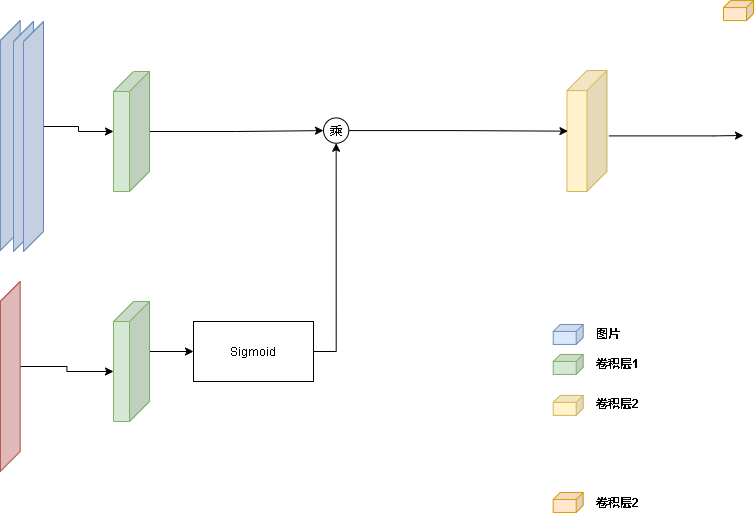
Above: roi2.png in dkhonker/bigcreat-Architecture-Diagrams (draw.io), before the change. Source tidied: cells renumbered, new cells last; positions are measured from the earlier drawing's top-left corner, leaving out a move shared by most shapes.
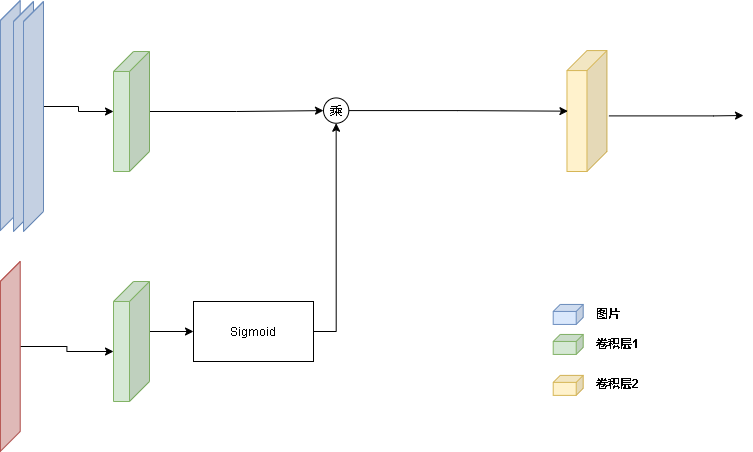
The same diagram one commit later.

Diff of the diagram source:
```diff
@@ -17,18 +17,12 @@
     <mxCell id="6" style="shape=cube;whiteSpace=wrap;html=1;boundedLbl=1;backgroundOutline=1;darkOpacity=0.05;darkOpacity2=0.1;size=7;direction=east;flipH=1;fillColor=#d5e8d4;strokeColor=#82b366;" parent="1" vertex="1">
       <mxGeometry x="552.7" y="353.9" width="30" height="20" as="geometry" />
     </mxCell>
-    <mxCell id="7" style="shape=cube;whiteSpace=wrap;html=1;boundedLbl=1;backgroundOutline=1;darkOpacity=0.05;darkOpacity2=0.1;size=7;direction=east;flipH=1;fillColor=#ffe6cc;strokeColor=#d79b00;" parent="1" vertex="1">
-      <mxGeometry x="723" y="0.1" width="30" height="20" as="geometry" />
-    </mxCell>
     <mxCell id="8" value="图片" style="text;html=1;strokeColor=none;fillColor=none;align=left;verticalAlign=middle;whiteSpace=wrap;rounded=0;fontStyle=1;" parent="1" vertex="1">
       <mxGeometry x="593.7" y="321" width="138" height="23.9" as="geometry" />
     </mxCell>
     <mxCell id="9" value="卷积层1" style="text;html=1;strokeColor=none;fillColor=none;align=left;verticalAlign=middle;whiteSpace=wrap;rounded=0;fontStyle=1;" parent="1" vertex="1">
       <mxGeometry x="593.7" y="351" width="138" height="23.9" as="geometry" />
     </mxCell>
-    <mxCell id="10" value="卷积层2" style="text;html=1;strokeColor=none;fillColor=none;align=left;verticalAlign=middle;whiteSpace=wrap;rounded=0;fontStyle=1;" parent="1" vertex="1">
-      <mxGeometry x="593.7" y="490" width="138" height="23.9" as="geometry" />
-    </mxCell>
     <mxCell id="11" style="edgeStyle=orthogonalEdgeStyle;rounded=0;orthogonalLoop=1;jettySize=auto;html=1;" parent="1" edge="1">
       <mxGeometry relative="1" as="geometry">
         <mxPoint x="608.4" y="135.4" as="sourcePoint" />
@@ -42,9 +36,6 @@
     <mxCell id="12" style="shape=cube;whiteSpace=wrap;html=1;boundedLbl=1;backgroundOutline=1;darkOpacity=0.05;darkOpacity2=0.1;size=20;direction=east;flipH=1;fillColor=#fff2cc;strokeColor=#d6b656;" parent="1" vertex="1">
       <mxGeometry x="566.5" y="70.1" width="40" height="120.9" as="geometry" />
     </mxCell>
-    <mxCell id="13" style="shape=cube;whiteSpace=wrap;html=1;boundedLbl=1;backgroundOutline=1;darkOpacity=0.05;darkOpacity2=0.1;size=7;direction=east;flipH=1;fillColor=#ffe6cc;strokeColor=#d79b00;" parent="1" vertex="1">
-      <mxGeometry x="552.7" y="491.9" width="30" height="20" as="geometry" />
-    </mxCell>
     <mxCell id="14" style="shape=cube;whiteSpace=wrap;html=1;boundedLbl=1;backgroundOutline=1;darkOpacity=0.05;darkOpacity2=0.1;size=7;direction=east;flipH=1;fillColor=#fff2cc;strokeColor=#d6b656;" parent="1" vertex="1">
       <mxGeometry x="552.7" y="394.9" width="30" height="20" as="geometry" />
     </mxCell>
```
